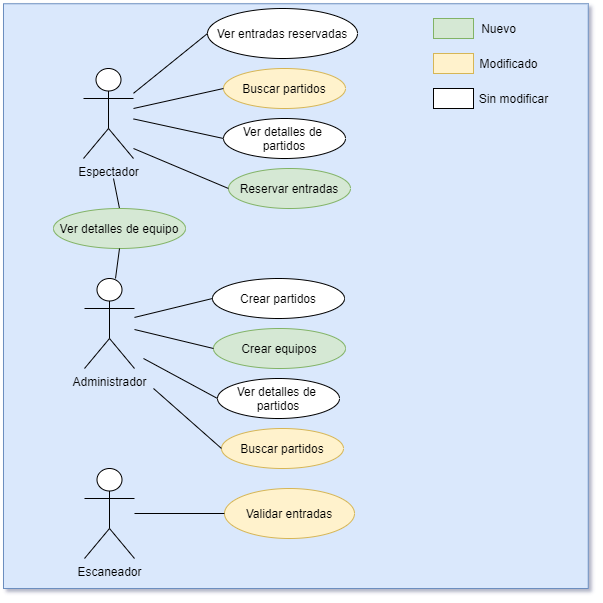
The draw.io diagram imagenes/Casos de uso/casos_de_uso_entrega_2.png in FeNixCrew/MiEntradita-doc, before a commit. Source tidied: cells renumbered, new cells last; positions are measured from the earlier drawing's top-left corner, leaving out a move shared by most shapes. Source of this version:
```xml
<mxGraphModel>
  <root>
    <mxCell id="0" />
    <mxCell id="1" parent="0" />
    <mxCell id="2" style="whiteSpace=wrap;html=1;fillColor=#dae8fc;strokeColor=#6c8ebf;" parent="1" vertex="1">
      <mxGeometry y="0.2" width="584.8" height="584.8" as="geometry" />
    </mxCell>
    <mxCell id="3" value="Espectador" style="shape=umlActor;verticalLabelPosition=bottom;verticalAlign=top;html=1;outlineConnect=0;" parent="1" vertex="1">
      <mxGeometry x="80" y="65" width="50" height="90" as="geometry" />
    </mxCell>
    <mxCell id="4" value="Ver entradas reservadas" style="ellipse;whiteSpace=wrap;html=1;" parent="1" vertex="1">
      <mxGeometry x="204" y="5" width="150" height="50" as="geometry" />
    </mxCell>
    <mxCell id="5" style="endArrow=none;html=1;entryX=0;entryY=0.5;entryDx=0;entryDy=0;" parent="1" edge="1" source="3" target="4">
      <mxGeometry relative="1" as="geometry" />
    </mxCell>
    <mxCell id="6" value="Escaneador" style="shape=umlActor;verticalLabelPosition=bottom;verticalAlign=top;html=1;outlineConnect=0;" parent="1" vertex="1">
      <mxGeometry x="81" y="465" width="50" height="90" as="geometry" />
    </mxCell>
    <mxCell id="7" value="Validar entradas" style="ellipse;whiteSpace=wrap;html=1;fillColor=#fff2cc;strokeColor=#d6b656;" parent="1" vertex="1">
      <mxGeometry x="221" y="485" width="130" height="50" as="geometry" />
    </mxCell>
    <mxCell id="8" style="endArrow=none;html=1;entryX=0;entryY=0.5;entryDx=0;entryDy=0;" parent="1" edge="1" source="6" target="7">
      <mxGeometry relative="1" as="geometry" />
    </mxCell>
    <mxCell id="9" style="rounded=0;whiteSpace=wrap;html=1;" parent="1" vertex="1">
      <mxGeometry x="430" y="85" width="40" height="20" as="geometry" />
    </mxCell>
    <mxCell id="10" style="rounded=0;whiteSpace=wrap;html=1;fillColor=#fff2cc;strokeColor=#d6b656;" parent="1" vertex="1">
      <mxGeometry x="430" y="50" width="40" height="20" as="geometry" />
    </mxCell>
    <mxCell id="11" style="rounded=0;whiteSpace=wrap;html=1;fillColor=#d5e8d4;strokeColor=#82b366;" parent="1" vertex="1">
      <mxGeometry x="430" y="15" width="40" height="20" as="geometry" />
    </mxCell>
    <mxCell id="12" value="Nuevo" style="text;html=1;align=center;verticalAlign=middle;strokeColor=none;fillColor=none;" parent="1" vertex="1">
      <mxGeometry x="470" y="15" width="50" height="20" as="geometry" />
    </mxCell>
    <mxCell id="13" value="Modificado" style="text;html=1;align=center;verticalAlign=middle;strokeColor=none;fillColor=none;" parent="1" vertex="1">
      <mxGeometry x="470" y="50" width="70" height="20" as="geometry" />
    </mxCell>
    <mxCell id="14" value="Sin modificar" style="text;html=1;align=center;verticalAlign=middle;strokeColor=none;fillColor=none;" parent="1" vertex="1">
      <mxGeometry x="470" y="85" width="80" height="20" as="geometry" />
    </mxCell>
    <mxCell id="15" value="Administrador" style="shape=umlActor;verticalLabelPosition=bottom;verticalAlign=top;html=1;outlineConnect=0;" parent="1" vertex="1">
      <mxGeometry x="81" y="275" width="50" height="90" as="geometry" />
    </mxCell>
    <mxCell id="16" value="Crear partidos" style="ellipse;whiteSpace=wrap;html=1;" parent="1" vertex="1">
      <mxGeometry x="209" y="275" width="132" height="40" as="geometry" />
    </mxCell>
    <mxCell id="17" style="endArrow=none;html=1;entryX=0;entryY=0.5;entryDx=0;entryDy=0;" parent="1" edge="1" source="15" target="16">
      <mxGeometry relative="1" as="geometry" />
    </mxCell>
    <mxCell id="18" value="Buscar partidos" style="ellipse;whiteSpace=wrap;html=1;fillColor=#fff2cc;strokeColor=#d6b656;" parent="1" vertex="1">
      <mxGeometry x="218" y="425" width="122" height="40" as="geometry" />
    </mxCell>
    <mxCell id="19" style="endArrow=none;html=1;entryX=0;entryY=0.5;entryDx=0;entryDy=0;" parent="1" edge="1" target="18">
      <mxGeometry relative="1" as="geometry">
        <mxPoint x="150" y="385" as="sourcePoint" />
      </mxGeometry>
    </mxCell>
    <mxCell id="20" value="Ver detalles de&amp;nbsp;&lt;br&gt;partidos" style="ellipse;whiteSpace=wrap;html=1;" parent="1" vertex="1">
      <mxGeometry x="214" y="375" width="122" height="40" as="geometry" />
    </mxCell>
    <mxCell id="21" style="endArrow=none;html=1;entryX=0;entryY=0.5;entryDx=0;entryDy=0;startArrow=none;" parent="1" edge="1" target="20">
      <mxGeometry relative="1" as="geometry">
        <mxPoint x="140" y="355" as="sourcePoint" />
      </mxGeometry>
    </mxCell>
    <mxCell id="22" value="Buscar partidos" style="ellipse;whiteSpace=wrap;html=1;fillColor=#fff2cc;strokeColor=#d6b656;" parent="1" vertex="1">
      <mxGeometry x="220" y="65" width="122" height="40" as="geometry" />
    </mxCell>
    <mxCell id="23" style="endArrow=none;html=1;entryX=0;entryY=0.5;entryDx=0;entryDy=0;" parent="1" edge="1" target="22">
      <mxGeometry relative="1" as="geometry">
        <mxPoint x="130" y="105" as="sourcePoint" />
      </mxGeometry>
    </mxCell>
    <mxCell id="24" value="Ver detalles de&amp;nbsp;&lt;br&gt;partidos" style="ellipse;whiteSpace=wrap;html=1;" parent="1" vertex="1">
      <mxGeometry x="220" y="115" width="122" height="40" as="geometry" />
    </mxCell>
    <mxCell id="25" style="endArrow=none;html=1;entryX=0;entryY=0.5;entryDx=0;entryDy=0;" parent="1" edge="1" source="3" target="24">
      <mxGeometry relative="1" as="geometry" />
    </mxCell>
    <mxCell id="26" style="endArrow=none;html=1;entryX=0.5;entryY=0;entryDx=0;entryDy=0;" parent="1" edge="1" target="31">
      <mxGeometry relative="1" as="geometry">
        <mxPoint x="110" y="175" as="sourcePoint" />
      </mxGeometry>
    </mxCell>
    <mxCell id="27" value="Reservar entradas" style="ellipse;whiteSpace=wrap;html=1;fillColor=#d5e8d4;strokeColor=#82b366;" parent="1" vertex="1">
      <mxGeometry x="225" y="165" width="122" height="40" as="geometry" />
    </mxCell>
    <mxCell id="28" style="endArrow=none;html=1;entryX=0;entryY=0.5;entryDx=0;entryDy=0;" parent="1" edge="1" target="27">
      <mxGeometry relative="1" as="geometry">
        <mxPoint x="130" y="145" as="sourcePoint" />
      </mxGeometry>
    </mxCell>
    <mxCell id="29" value="Crear equipos" style="ellipse;whiteSpace=wrap;html=1;fillColor=#d5e8d4;strokeColor=#82b366;" parent="1" vertex="1">
      <mxGeometry x="210" y="325" width="132" height="40" as="geometry" />
    </mxCell>
    <mxCell id="30" style="endArrow=none;html=1;entryX=0;entryY=0.5;entryDx=0;entryDy=0;" parent="1" edge="1" source="15" target="29">
      <mxGeometry relative="1" as="geometry" />
    </mxCell>
    <mxCell id="31" value="Ver detalles de equipo" style="ellipse;whiteSpace=wrap;html=1;fillColor=#d5e8d4;strokeColor=#82b366;" parent="1" vertex="1">
      <mxGeometry x="50" y="205" width="132" height="40" as="geometry" />
    </mxCell>
    <mxCell id="32" style="endArrow=none;html=1;entryX=0.5;entryY=1;entryDx=0;entryDy=0;" parent="1" edge="1" source="15" target="31">
      <mxGeometry relative="1" as="geometry" />
    </mxCell>
  </root>
</mxGraphModel>
```
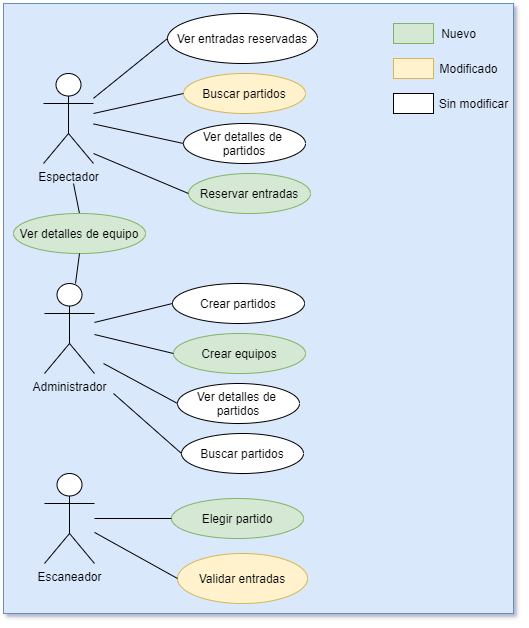
Later version of the same file.

Commit message:
:memo: actualizo casos de uso de la entrega

The edit, as a diff of the source:
```diff
@@ -2,9 +2,9 @@
   <root>
     <mxCell id="0" />
     <mxCell id="1" parent="0" />
-    <mxCell id="2" style="whiteSpace=wrap;html=1;fillColor=#dae8fc;strokeColor=#6c8ebf;" parent="1" vertex="1">
-      <mxGeometry y="0.2" width="584.8" height="584.8" as="geometry" />
-    </mxCell>
+    <mxCell id="33" style="rounded=0;whiteSpace=wrap;html=1;fillColor=#dae8fc;strokeColor=#6c8ebf;" parent="1" vertex="1">
+      <mxGeometry x="40" y="-5" width="510" height="610" as="geometry" />
+    </mxCell>
     <mxCell id="3" value="Espectador" style="shape=umlActor;verticalLabelPosition=bottom;verticalAlign=top;html=1;outlineConnect=0;" parent="1" vertex="1">
       <mxGeometry x="80" y="65" width="50" height="90" as="geometry" />
     </mxCell>
@@ -18,7 +18,7 @@
       <mxGeometry x="81" y="465" width="50" height="90" as="geometry" />
     </mxCell>
     <mxCell id="7" value="Validar entradas" style="ellipse;whiteSpace=wrap;html=1;fillColor=#fff2cc;strokeColor=#d6b656;" parent="1" vertex="1">
-      <mxGeometry x="221" y="485" width="130" height="50" as="geometry" />
+      <mxGeometry x="214" y="545" width="130" height="50" as="geometry" />
     </mxCell>
     <mxCell id="8" style="endArrow=none;html=1;entryX=0;entryY=0.5;entryDx=0;entryDy=0;" parent="1" edge="1" source="6" target="7">
       <mxGeometry relative="1" as="geometry" />
@@ -50,7 +50,7 @@
     <mxCell id="17" style="endArrow=none;html=1;entryX=0;entryY=0.5;entryDx=0;entryDy=0;" parent="1" edge="1" source="15" target="16">
       <mxGeometry relative="1" as="geometry" />
     </mxCell>
-    <mxCell id="18" value="Buscar partidos" style="ellipse;whiteSpace=wrap;html=1;fillColor=#fff2cc;strokeColor=#d6b656;" parent="1" vertex="1">
+    <mxCell id="18" value="Buscar partidos" style="ellipse;whiteSpace=wrap;html=1;" parent="1" vertex="1">
       <mxGeometry x="218" y="425" width="122" height="40" as="geometry" />
     </mxCell>
     <mxCell id="19" style="endArrow=none;html=1;entryX=0;entryY=0.5;entryDx=0;entryDy=0;" parent="1" edge="1" target="18">
@@ -105,5 +105,11 @@
     <mxCell id="32" style="endArrow=none;html=1;entryX=0.5;entryY=1;entryDx=0;entryDy=0;" parent="1" edge="1" source="15" target="31">
       <mxGeometry relative="1" as="geometry" />
     </mxCell>
+    <mxCell id="34" value="Elegir partido" style="ellipse;whiteSpace=wrap;html=1;fillColor=#d5e8d4;strokeColor=#82b366;" parent="1" vertex="1">
+      <mxGeometry x="208" y="490" width="132" height="40" as="geometry" />
+    </mxCell>
+    <mxCell id="35" style="endArrow=none;html=1;entryX=0;entryY=0.5;entryDx=0;entryDy=0;" parent="1" edge="1" source="6" target="34">
+      <mxGeometry relative="1" as="geometry" />
+    </mxCell>
   </root>
 </mxGraphModel>
```
